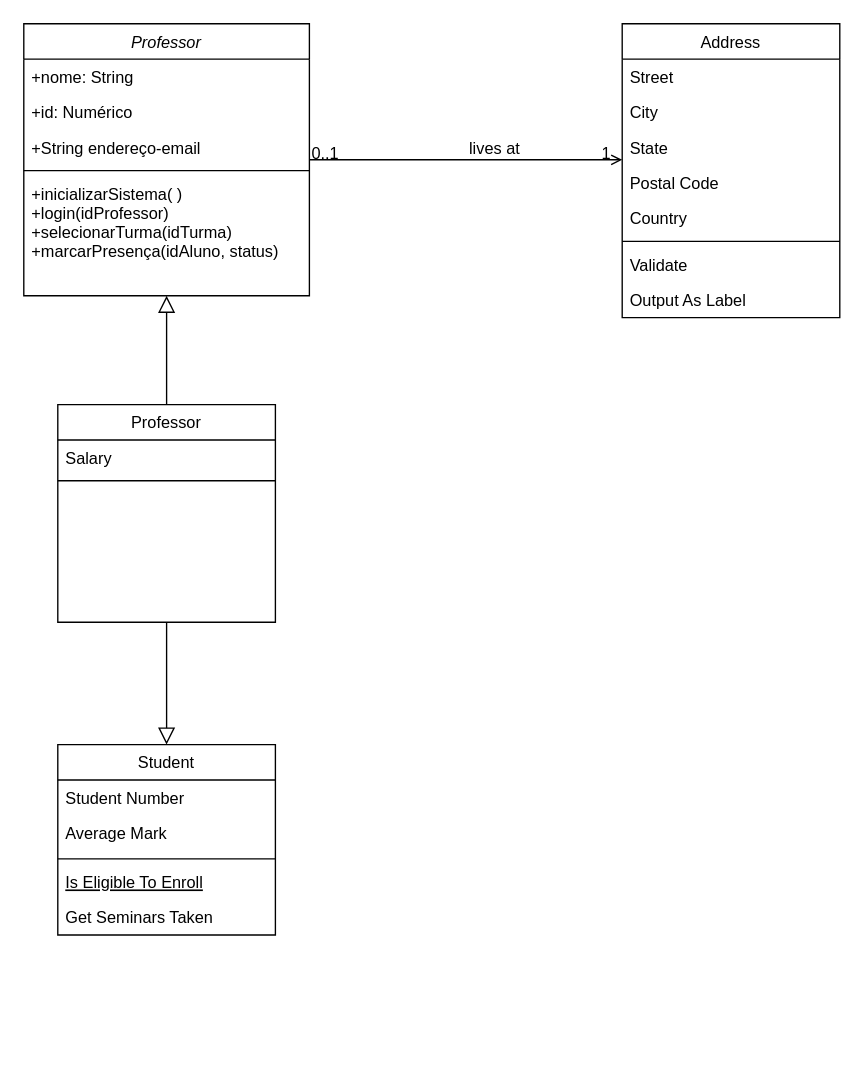
Before: Diagramas/Diagrama de Classe.drawio in cc4semestre/projeto, a draw.io diagram. Source tidied: cells renumbered, new cells numbered last; positions are measured from the earlier drawing's top-left corner, leaving out a move shared by most shapes. Both pictures are drawn from the tidied source at 136%, with x=0, y=0 at pixel (23, 23).
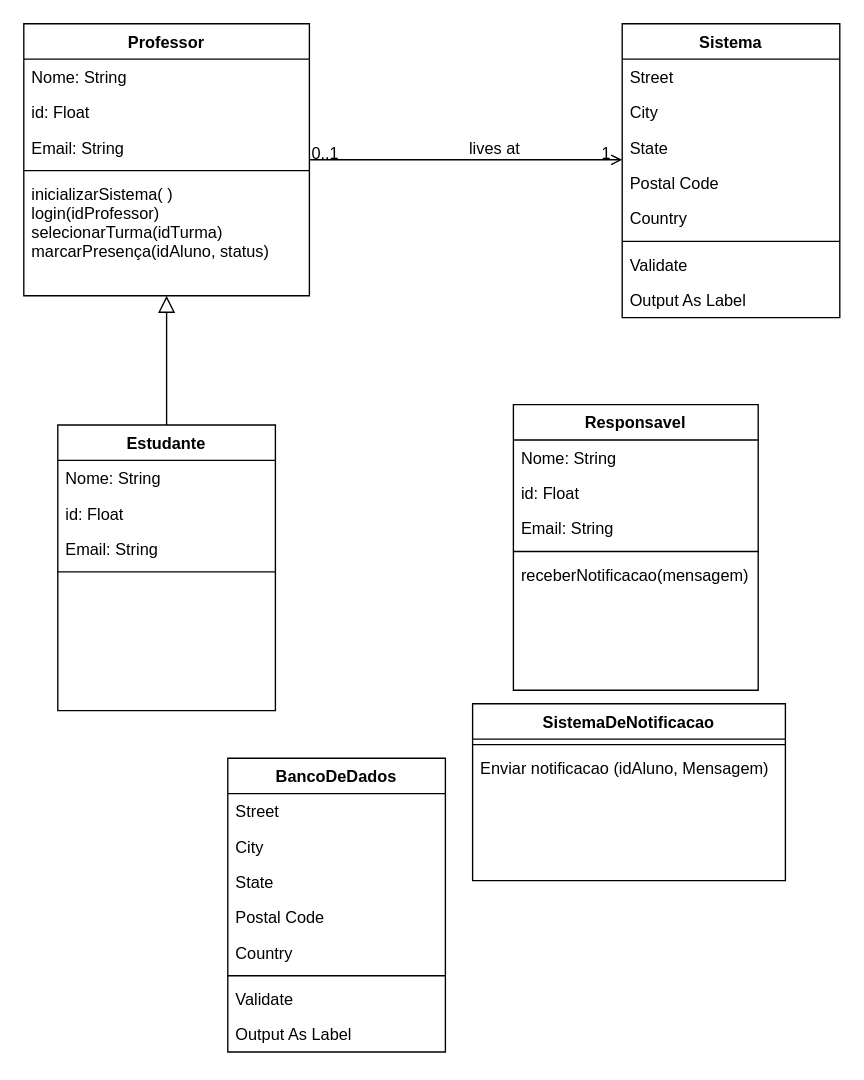
The same page after the edit.

Change to the diagram source:
```diff
@@
-    <mxCell id="2" value="Professor" style="swimlane;fontStyle=2;align=center;verticalAlign=top;horizontal=1;startSize=26;rounded=0;shadow=0;strokeWidth=1;" parent="1" vertex="1">
+    <mxCell id="2" value="Professor" style="swimlane;fontStyle=1;align=center;verticalAlign=top;horizontal=1;startSize=26;rounded=0;shadow=0;strokeWidth=1;" parent="1" vertex="1">
       <mxGeometry width="210" height="200" as="geometry" />
     </mxCell>
-    <mxCell id="3" value="+nome: String" style="text;align=left;verticalAlign=top;spacingLeft=4;spacingRight=4;overflow=hidden;" parent="2" vertex="1">
+    <mxCell id="3" value="Nome: String" style="text;align=left;verticalAlign=top;spacingLeft=4;spacingRight=4;overflow=hidden;" parent="2" vertex="1">
       <mxGeometry y="26" width="210" height="26" as="geometry" />
     </mxCell>
-    <mxCell id="4" value="+id: Numérico" style="text;align=left;verticalAlign=top;spacingLeft=4;spacingRight=4;overflow=hidden;rounded=0;shadow=0;html=0;" parent="2" vertex="1">
+    <mxCell id="4" value="id: Float" style="text;align=left;verticalAlign=top;spacingLeft=4;spacingRight=4;overflow=hidden;rounded=0;shadow=0;html=0;" parent="2" vertex="1">
       <mxGeometry y="52" width="210" height="26" as="geometry" />
     </mxCell>
-    <mxCell id="5" value="+String endereço-email" style="text;align=left;verticalAlign=top;spacingLeft=4;spacingRight=4;overflow=hidden;rounded=0;shadow=0;html=0;" parent="2" vertex="1">
+    <mxCell id="5" value="Email: String" style="text;align=left;verticalAlign=top;spacingLeft=4;spacingRight=4;overflow=hidden;rounded=0;shadow=0;html=0;" parent="2" vertex="1">
       <mxGeometry y="78" width="210" height="26" as="geometry" />
     </mxCell>
@@
-    <mxCell id="7" value="+inicializarSistema( )&#10;+login(idProfessor)&#10;+selecionarTurma(idTurma)&#10;+marcarPresença(idAluno, status)" style="text;align=left;verticalAlign=top;spacingLeft=4;spacingRight=4;overflow=hidden;" parent="2" vertex="1">
+    <mxCell id="7" value="inicializarSistema( )&#10;login(idProfessor)&#10;selecionarTurma(idTurma)&#10;marcarPresença(idAluno, status)" style="text;align=left;verticalAlign=top;spacingLeft=4;spacingRight=4;overflow=hidden;" parent="2" vertex="1">
       <mxGeometry y="112" width="210" height="88" as="geometry" />
     </mxCell>
-    <mxCell id="8" value="Student" style="swimlane;fontStyle=0;align=center;verticalAlign=top;horizontal=1;startSize=26;rounded=0;shadow=0;strokeWidth=1;" parent="1" vertex="1">
-      <mxGeometry x="25" y="530" width="160" height="140" as="geometry" />
+    <mxCell id="8" value="Responsavel" style="swimlane;fontStyle=1;align=center;verticalAlign=top;horizontal=1;startSize=26;rounded=0;shadow=0;strokeWidth=1;" parent="1" vertex="1">
+      <mxGeometry x="360" y="280" width="180" height="210" as="geometry" />
     </mxCell>
-    <mxCell id="9" value="Student Number" style="text;align=left;verticalAlign=top;spacingLeft=4;spacingRight=4;overflow=hidden;" parent="8" vertex="1">
-      <mxGeometry y="26" width="160" height="26" as="geometry" />
-    </mxCell>
-    <mxCell id="10" value="Average Mark" style="text;align=left;verticalAlign=top;spacingLeft=4;spacingRight=4;overflow=hidden;rounded=0;shadow=0;html=0;" parent="8" vertex="1">
-      <mxGeometry y="52" width="160" height="28" as="geometry" />
-    </mxCell>
+    <mxCell id="32" value="Nome: String" style="text;align=left;verticalAlign=top;spacingLeft=4;spacingRight=4;overflow=hidden;" parent="8" vertex="1">
+      <mxGeometry y="26" width="180" height="26" as="geometry" />
+    </mxCell>
+    <mxCell id="33" value="id: Float" style="text;align=left;verticalAlign=top;spacingLeft=4;spacingRight=4;overflow=hidden;rounded=0;shadow=0;html=0;" parent="8" vertex="1">
+      <mxGeometry y="52" width="180" height="26" as="geometry" />
+    </mxCell>
+    <mxCell id="34" value="Email: String" style="text;align=left;verticalAlign=top;spacingLeft=4;spacingRight=4;overflow=hidden;rounded=0;shadow=0;html=0;" parent="8" vertex="1">
+      <mxGeometry y="78" width="180" height="26" as="geometry" />
+    </mxCell>
     <mxCell id="11" style="line;html=1;strokeWidth=1;align=left;verticalAlign=middle;spacingTop=-1;spacingLeft=3;spacingRight=3;labelPosition=right;" parent="8" vertex="1">
-      <mxGeometry y="80" width="160" height="8" as="geometry" />
+      <mxGeometry y="104" width="180" height="8" as="geometry" />
     </mxCell>
-    <mxCell id="12" value="Is Eligible To Enroll" style="text;align=left;verticalAlign=top;spacingLeft=4;spacingRight=4;overflow=hidden;fontStyle=4;" parent="8" vertex="1">
-      <mxGeometry y="88" width="160" height="26" as="geometry" />
-    </mxCell>
-    <mxCell id="13" value="Get Seminars Taken" style="text;align=left;verticalAlign=top;spacingLeft=4;spacingRight=4;overflow=hidden;" parent="8" vertex="1">
-      <mxGeometry y="114" width="160" height="26" as="geometry" />
+    <mxCell id="13" value="receberNotificacao(mensagem)&#10;" style="text;align=left;verticalAlign=top;spacingLeft=4;spacingRight=4;overflow=hidden;" parent="8" vertex="1">
+      <mxGeometry y="112" width="180" height="26" as="geometry" />
     </mxCell>
-    <mxCell id="14" style="edgeStyle=elbowEdgeStyle;rounded=0;jettySize=auto;html=1;entryX=0.5;entryY=0;entryDx=0;entryDy=0;elbow=vertical;endArrow=block;endFill=0;endSize=10;" parent="1" edge="1" source="15" target="8">
-      <mxGeometry relative="1" as="geometry" />
-    </mxCell>
-    <mxCell id="15" value="Professor" style="swimlane;fontStyle=0;align=center;verticalAlign=top;horizontal=1;startSize=26;rounded=0;shadow=0;strokeWidth=1;" parent="1" vertex="1">
-      <mxGeometry x="25" y="280" width="160" height="160" as="geometry" />
+    <mxCell id="15" value="Estudante" style="swimlane;fontStyle=1;align=center;verticalAlign=top;horizontal=1;startSize=26;rounded=0;shadow=0;strokeWidth=1;" parent="1" vertex="1">
+      <mxGeometry x="25" y="295" width="160" height="210" as="geometry" />
     </mxCell>
-    <mxCell id="16" value="Salary" style="text;align=left;verticalAlign=top;spacingLeft=4;spacingRight=4;overflow=hidden;" parent="15" vertex="1">
-      <mxGeometry y="26" width="160" height="26" as="geometry" />
-    </mxCell>
+    <mxCell id="35" value="Nome: String" style="text;align=left;verticalAlign=top;spacingLeft=4;spacingRight=4;overflow=hidden;" parent="15" vertex="1">
+      <mxGeometry y="26" width="160" height="26" as="geometry" />
+    </mxCell>
+    <mxCell id="36" value="id: Float" style="text;align=left;verticalAlign=top;spacingLeft=4;spacingRight=4;overflow=hidden;rounded=0;shadow=0;html=0;" parent="15" vertex="1">
+      <mxGeometry y="52" width="160" height="26" as="geometry" />
+    </mxCell>
+    <mxCell id="37" value="Email: String" style="text;align=left;verticalAlign=top;spacingLeft=4;spacingRight=4;overflow=hidden;rounded=0;shadow=0;html=0;" parent="15" vertex="1">
+      <mxGeometry y="78" width="160" height="26" as="geometry" />
+    </mxCell>
     <mxCell id="17" style="line;html=1;strokeWidth=1;align=left;verticalAlign=middle;spacingTop=-1;spacingLeft=3;spacingRight=3;labelPosition=right;" parent="15" vertex="1">
-      <mxGeometry y="52" width="160" height="8" as="geometry" />
+      <mxGeometry y="104" width="160" height="8" as="geometry" />
     </mxCell>
@@
-    <mxCell id="19" value="Address" style="swimlane;fontStyle=0;align=center;verticalAlign=top;horizontal=1;startSize=26;rounded=0;shadow=0;strokeWidth=1;" parent="1" vertex="1">
+    <mxCell id="19" value="Sistema" style="swimlane;fontStyle=1;align=center;verticalAlign=top;horizontal=1;startSize=26;rounded=0;shadow=0;strokeWidth=1;" parent="1" vertex="1">
       <mxGeometry x="440" width="160" height="216" as="geometry" />
     </mxCell>
@@
+    <mxCell id="38" value="SistemaDeNotificacao" style="swimlane;fontStyle=1;align=center;verticalAlign=top;horizontal=1;startSize=26;rounded=0;shadow=0;strokeWidth=1;" parent="1" vertex="1">
+      <mxGeometry x="330" y="500" width="230" height="130" as="geometry" />
+    </mxCell>
+    <mxCell id="39" style="line;html=1;strokeWidth=1;align=left;verticalAlign=middle;spacingTop=-1;spacingLeft=3;spacingRight=3;labelPosition=right;" parent="38" vertex="1">
+      <mxGeometry y="26" width="230" height="8" as="geometry" />
+    </mxCell>
+    <mxCell id="40" value="Enviar notificacao (idAluno, Mensagem)" style="text;align=left;verticalAlign=top;spacingLeft=4;spacingRight=4;overflow=hidden;" parent="38" vertex="1">
+      <mxGeometry y="34" width="230" height="30" as="geometry" />
+    </mxCell>
+    <mxCell id="41" value="BancoDeDados" style="swimlane;fontStyle=1;align=center;verticalAlign=top;horizontal=1;startSize=26;rounded=0;shadow=0;strokeWidth=1;" parent="1" vertex="1">
+      <mxGeometry x="150" y="540" width="160" height="216" as="geometry" />
+    </mxCell>
+    <mxCell id="42" value="Street" style="text;align=left;verticalAlign=top;spacingLeft=4;spacingRight=4;overflow=hidden;" parent="41" vertex="1">
+      <mxGeometry y="26" width="160" height="26" as="geometry" />
+    </mxCell>
+    <mxCell id="43" value="City" style="text;align=left;verticalAlign=top;spacingLeft=4;spacingRight=4;overflow=hidden;rounded=0;shadow=0;html=0;" parent="41" vertex="1">
+      <mxGeometry y="52" width="160" height="26" as="geometry" />
+    </mxCell>
+    <mxCell id="44" value="State" style="text;align=left;verticalAlign=top;spacingLeft=4;spacingRight=4;overflow=hidden;rounded=0;shadow=0;html=0;" parent="41" vertex="1">
+      <mxGeometry y="78" width="160" height="26" as="geometry" />
+    </mxCell>
+    <mxCell id="45" value="Postal Code" style="text;align=left;verticalAlign=top;spacingLeft=4;spacingRight=4;overflow=hidden;rounded=0;shadow=0;html=0;" parent="41" vertex="1">
+      <mxGeometry y="104" width="160" height="26" as="geometry" />
+    </mxCell>
+    <mxCell id="46" value="Country" style="text;align=left;verticalAlign=top;spacingLeft=4;spacingRight=4;overflow=hidden;rounded=0;shadow=0;html=0;" parent="41" vertex="1">
+      <mxGeometry y="130" width="160" height="26" as="geometry" />
+    </mxCell>
+    <mxCell id="47" style="line;html=1;strokeWidth=1;align=left;verticalAlign=middle;spacingTop=-1;spacingLeft=3;spacingRight=3;labelPosition=right;" parent="41" vertex="1">
+      <mxGeometry y="156" width="160" height="8" as="geometry" />
+    </mxCell>
+    <mxCell id="48" value="Validate" style="text;align=left;verticalAlign=top;spacingLeft=4;spacingRight=4;overflow=hidden;" parent="41" vertex="1">
+      <mxGeometry y="164" width="160" height="26" as="geometry" />
+    </mxCell>
+    <mxCell id="49" value="Output As Label" style="text;align=left;verticalAlign=top;spacingLeft=4;spacingRight=4;overflow=hidden;" parent="41" vertex="1">
+      <mxGeometry y="190" width="160" height="26" as="geometry" />
+    </mxCell>
```
